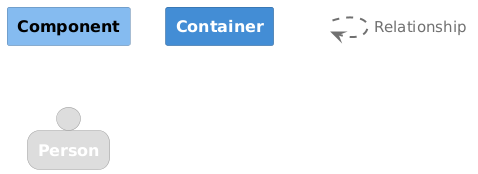
Before: docs/c4-dsl/plantuml/png/structurizr-Component_AdminFront-key.png, a diagram exported from PlantUML (lfuuu/Diplom). The source it was exported from:
```plantuml
@startuml
set separator none

skinparam {
  shadowing false
  arrowFontSize 15
  defaultTextAlignment center
  wrapWidth 100
  maxMessageSize 100
}
hide stereotype

skinparam rectangle<<_transparent>> {
  BorderColor transparent
  BackgroundColor transparent
  FontColor transparent
}

skinparam rectangle<<1>> {
  BackgroundColor #85bbf0
  FontColor #000000
  BorderColor #5d82a8
}
rectangle "==Component" <<1>>

skinparam rectangle<<2>> {
  BackgroundColor #438dd5
  FontColor #ffffff
  BorderColor #2e6295
}
rectangle "==Container" <<2>>

skinparam person<<3>> {
  BackgroundColor #dddddd
  FontColor #ffffff
  BorderColor #9a9a9a
}
person "==Person" <<3>>

rectangle "." <<_transparent>> as 4
4 .[#707070,thickness=2].> 4 : "<color:#707070>Relationship"


@enduml
```
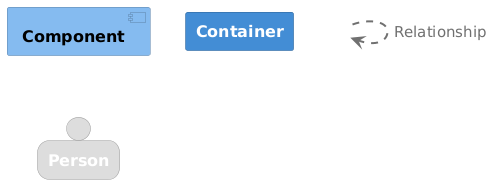
The same file after the commit.

The edit, as a diff of the source:
```diff
@@ -16,12 +16,12 @@
   FontColor transparent
 }
 
-skinparam rectangle<<1>> {
+skinparam component<<1>> {
   BackgroundColor #85bbf0
   FontColor #000000
   BorderColor #5d82a8
 }
-rectangle "==Component" <<1>>
+component "==Component" <<1>>
 
 skinparam rectangle<<2>> {
   BackgroundColor #438dd5
```
